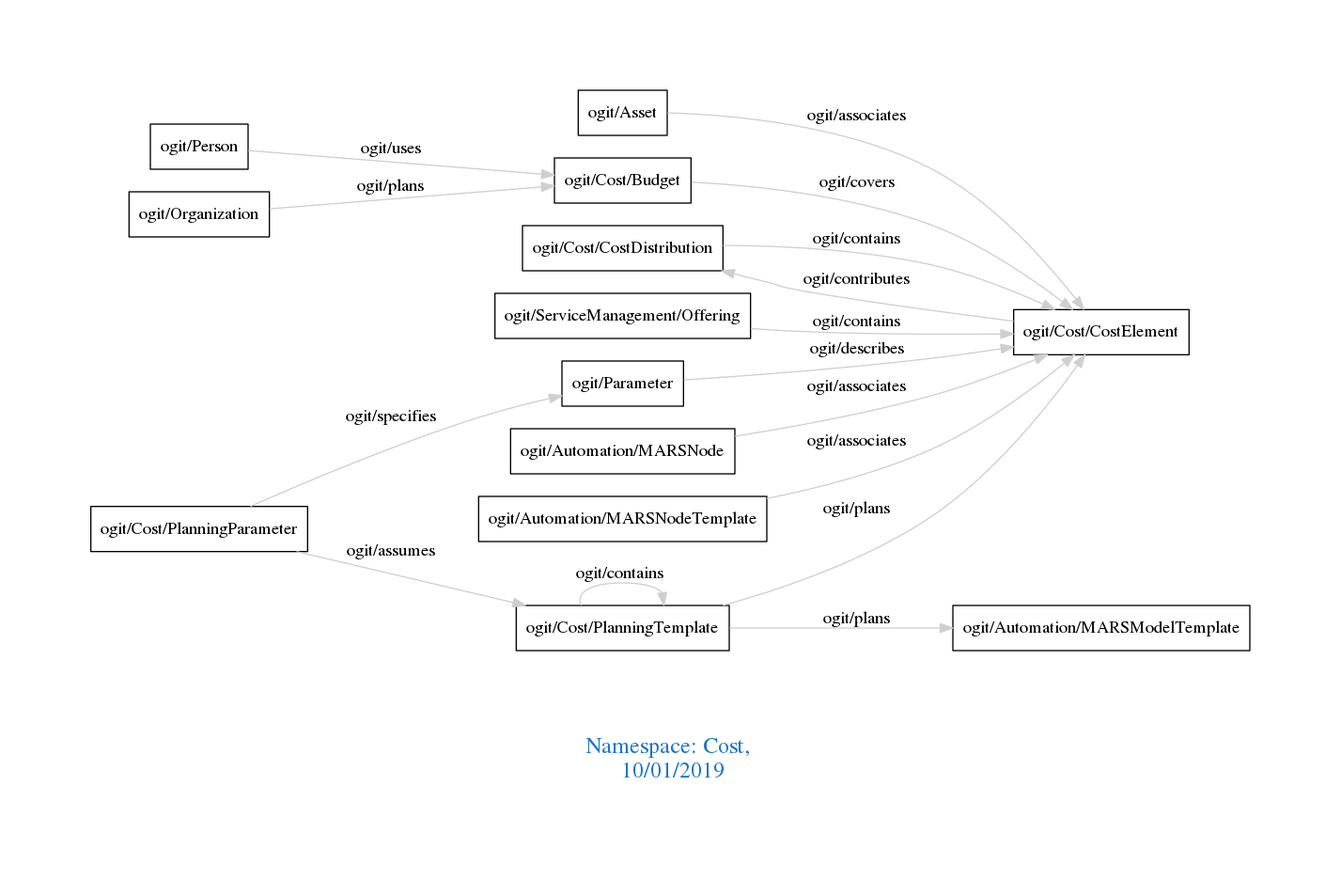
This is downloads/Cost.png from arago/OGIT, a Graphviz export, as it was before one commit. Its source is kept beside it as downloads/Cost.dot.
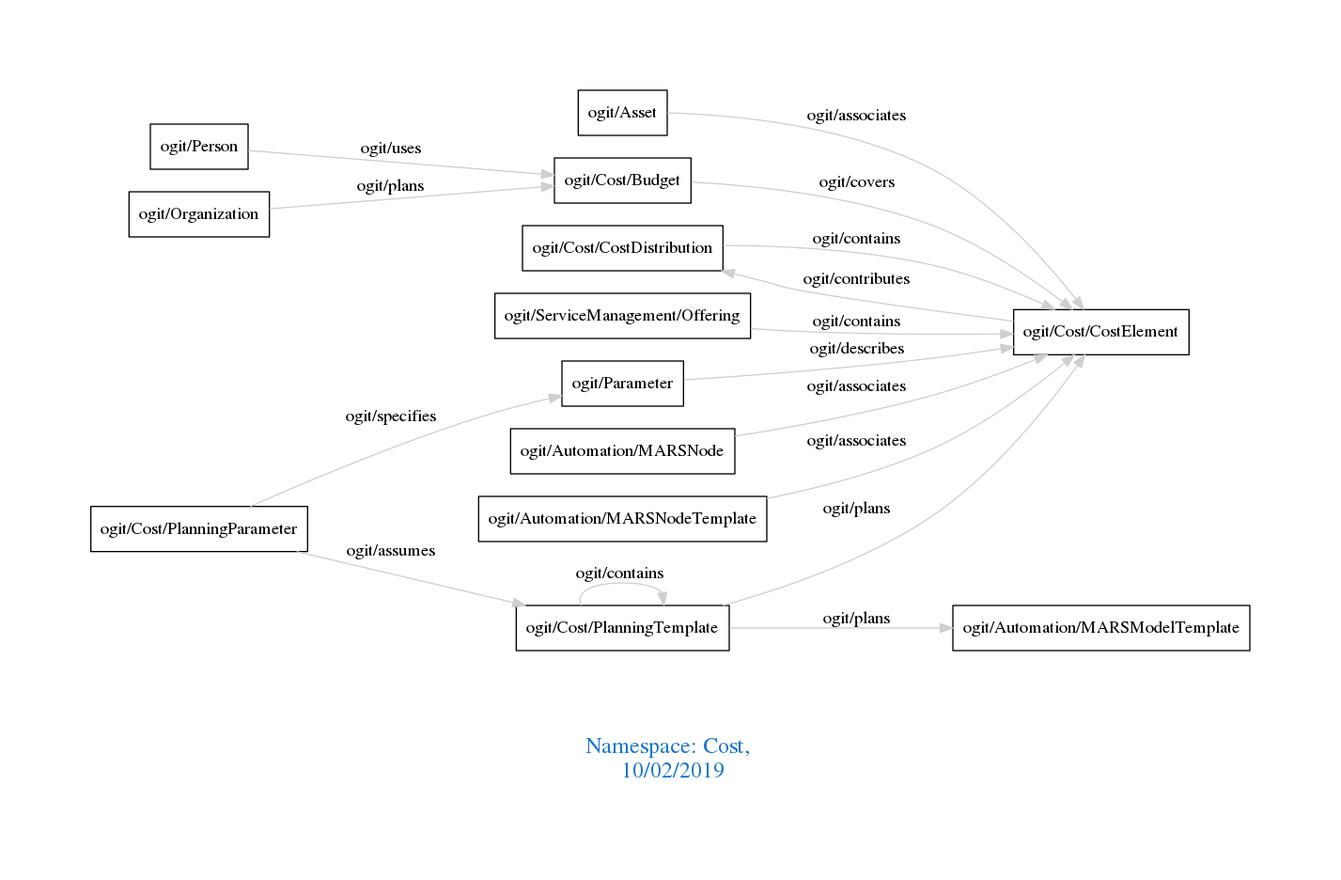
Above is the later version.

Diff of the diagram source:
```diff
@@ -1,7 +1,7 @@
 digraph OGIT_ontology {
  graph [ rankdir= LR,pad=1
 fontsize = 18,
-fontcolor= dodgerblue3,label = "\n\n\nNamespace: Cost, \n 10/01/2019"];
+fontcolor= dodgerblue3,label = "\n\n\nNamespace: Cost, \n 10/02/2019"];
 node[shape=polygon];
 edge [  color="gray81"];
 
```
